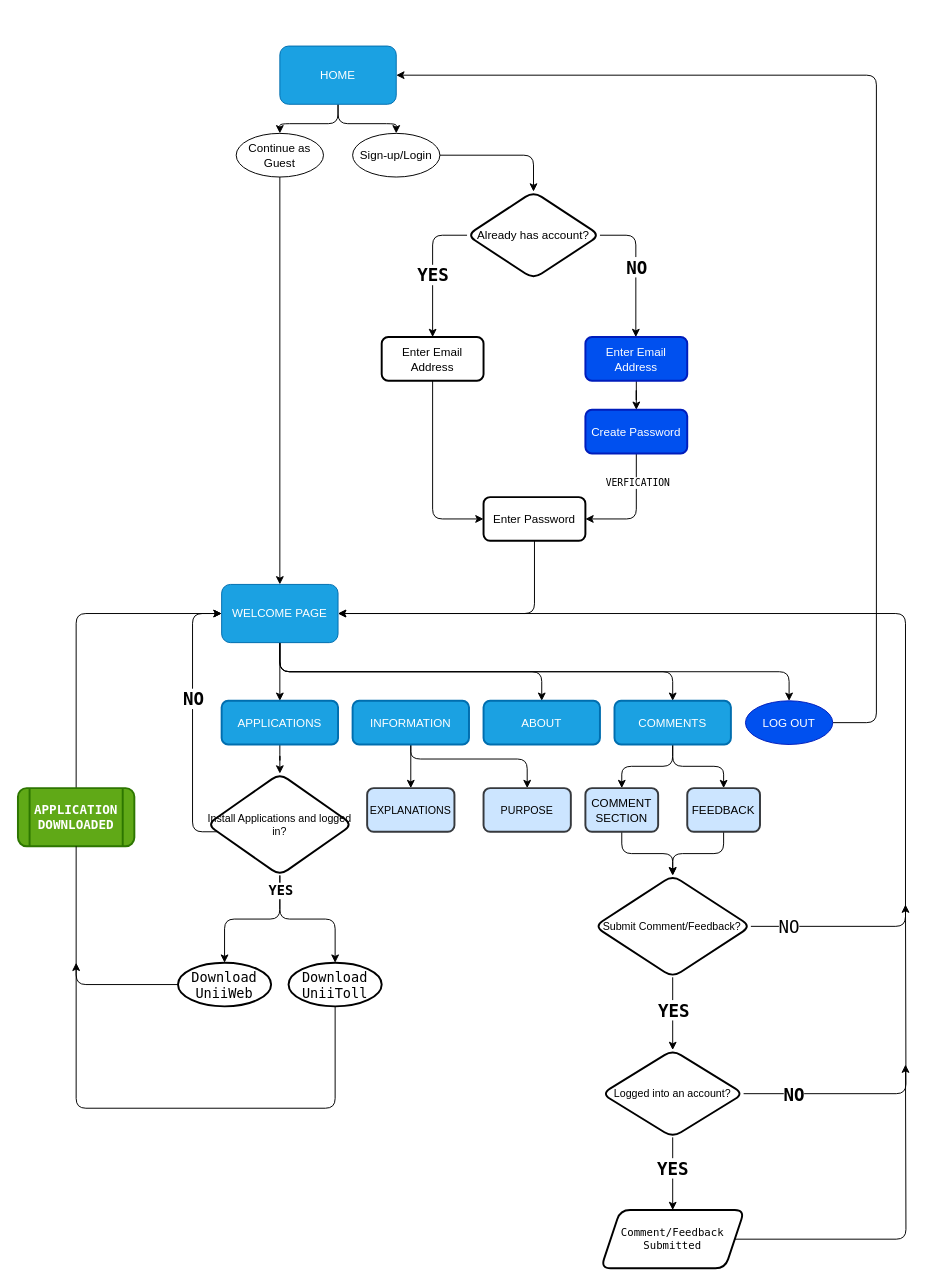
The draw.io diagram Website.drawio in BorderlineUser/Pusblished-Projects, before the edit. Source tidied: cells renumbered, new cells numbered last; positions are measured from the earlier drawing's top-left corner, leaving out a move shared by most shapes. Both pictures are drawn from the tidied source at 97%, with x=0, y=0 at pixel (17, 46).
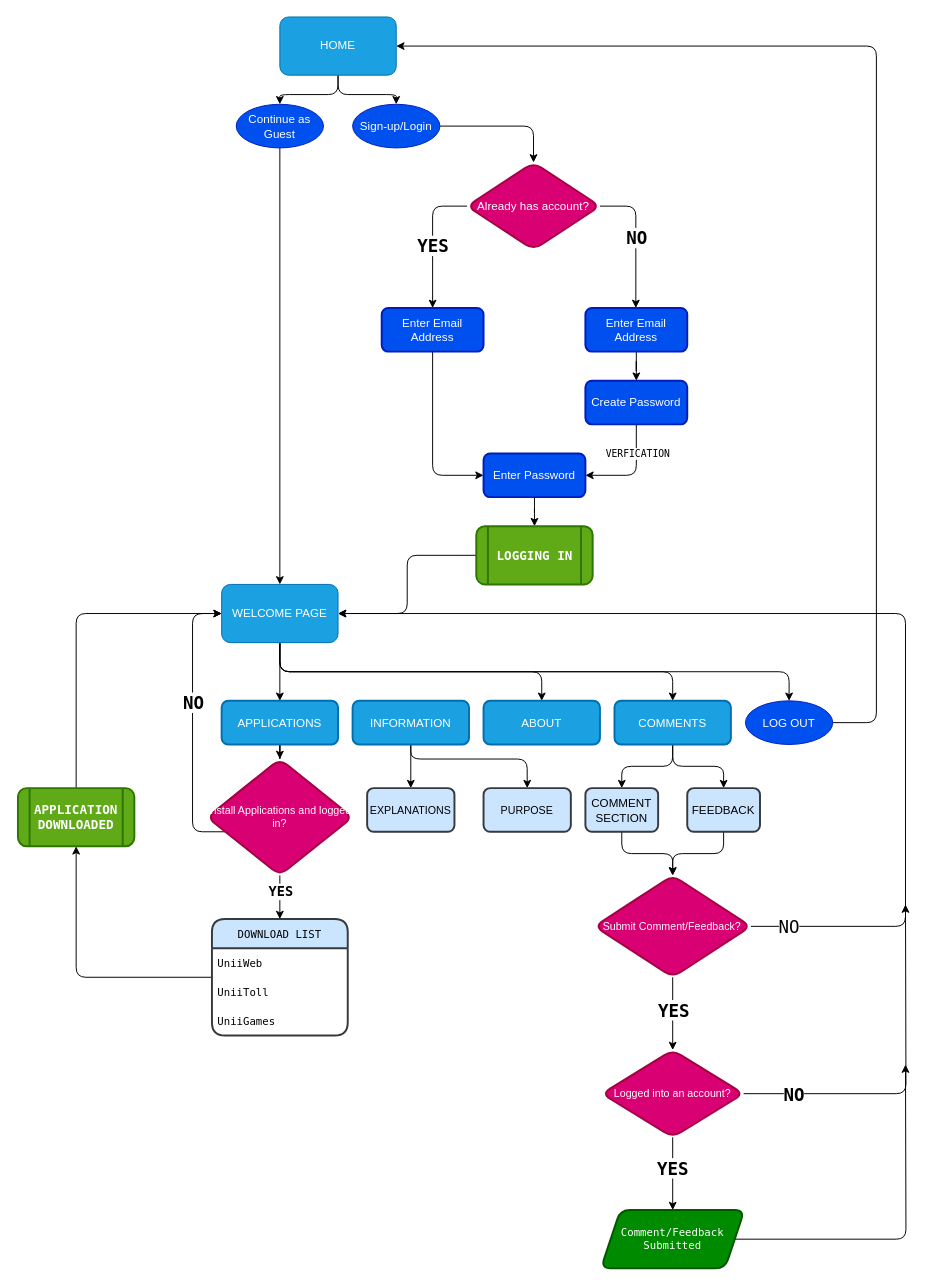
The same diagram, later.

The change refers to these unchanged cells:
```xml
<mxCell id="16" style="edgeStyle=orthogonalEdgeStyle;jettySize=auto;html=1;entryX=1;entryY=0.5;entryDx=0;entryDy=0;fontFamily=Lucida Console;fontSize=18;rounded=1;" parent="1" edge="1" source="18" target="22">
  <mxGeometry relative="1" as="geometry" />
</mxCell>
<mxCell id="28" value="WELCOME PAGE" style="rounded=1;whiteSpace=wrap;html=1;fillColor=#1ba1e2;strokeColor=#006EAF;fontColor=#ffffff;" parent="1" vertex="1">
  <mxGeometry x="210" y="555" width="120" height="60" as="geometry" />
</mxCell>
<mxCell id="49" value="LOG OUT" style="ellipse;whiteSpace=wrap;html=1;rounded=1;shadow=0;glass=0;sketch=0;strokeWidth=1;fillColor=#0050ef;fontColor=#ffffff;strokeColor=#001DBC;" parent="1" vertex="1">
  <mxGeometry x="750" y="675" width="90" height="45" as="geometry" />
</mxCell>
<mxCell id="66" value="APPLICATION DOWNLOADED" style="shape=process;whiteSpace=wrap;html=1;backgroundOutline=1;rounded=1;shadow=0;glass=0;sketch=0;fontFamily=Lucida Console;fontSize=13;strokeColor=#2D7600;strokeWidth=2;fontStyle=1;fillColor=#60a917;fontColor=#ffffff;" parent="1" vertex="1">
  <mxGeometry y="765" width="120" height="60" as="geometry" />
</mxCell>
```

Diff of the diagram source:
```diff
@@
     <mxCell id="4" value="HOME" style="rounded=1;whiteSpace=wrap;html=1;fillColor=#1ba1e2;strokeColor=#006EAF;fontColor=#ffffff;" parent="1" vertex="1">
-      <mxGeometry x="270" width="120" height="60" as="geometry" />
+      <mxGeometry x="270" y="-30" width="120" height="60" as="geometry" />
     </mxCell>
@@
-    <mxCell id="6" value="Sign-up/Login" style="ellipse;whiteSpace=wrap;html=1;rounded=1;shadow=0;glass=0;sketch=0;strokeWidth=1;" parent="1" vertex="1">
-      <mxGeometry x="345" y="90" width="90" height="45" as="geometry" />
+    <mxCell id="6" value="Sign-up/Login" style="ellipse;whiteSpace=wrap;html=1;rounded=1;shadow=0;glass=0;sketch=0;strokeWidth=1;fillColor=#0050ef;fontColor=#ffffff;strokeColor=#001DBC;" parent="1" vertex="1">
+      <mxGeometry x="345" y="60" width="90" height="45" as="geometry" />
     </mxCell>
@@
-    <mxCell id="8" value="Continue as Guest" style="ellipse;whiteSpace=wrap;html=1;rounded=1;shadow=0;glass=0;sketch=0;strokeWidth=1;" parent="1" vertex="1">
-      <mxGeometry x="225" y="90" width="90" height="45" as="geometry" />
+    <mxCell id="8" value="Continue as Guest" style="ellipse;whiteSpace=wrap;html=1;rounded=1;shadow=0;glass=0;sketch=0;strokeWidth=1;fillColor=#0050ef;fontColor=#ffffff;strokeColor=#001DBC;" parent="1" vertex="1">
+      <mxGeometry x="225" y="60" width="90" height="45" as="geometry" />
     </mxCell>
     <mxCell id="9" style="edgeStyle=orthogonalEdgeStyle;jettySize=auto;html=1;rounded=1;" parent="1" edge="1" source="13" target="15">
       <mxGeometry relative="1" as="geometry">
         <Array as="points">
-          <mxPoint x="637" y="195" />
+          <mxPoint x="637" y="165" />
         </Array>
       </mxGeometry>
     </mxCell>
@@
-    <mxCell id="13" value="Already has account?" style="rhombus;whiteSpace=wrap;html=1;rounded=1;shadow=0;glass=0;sketch=0;strokeColor=#000000;strokeWidth=2;gradientColor=none;" parent="1" vertex="1">
-      <mxGeometry x="463" y="150" width="137" height="90" as="geometry" />
+    <mxCell id="13" value="Already has account?" style="rhombus;whiteSpace=wrap;html=1;rounded=1;shadow=0;glass=0;sketch=0;strokeColor=#A50040;strokeWidth=2;fillColor=#d80073;fontColor=#ffffff;" parent="1" vertex="1">
+      <mxGeometry x="463" y="120" width="137" height="90" as="geometry" />
     </mxCell>
@@
     <mxCell id="15" value="Enter Email Address" style="rounded=1;whiteSpace=wrap;html=1;shadow=0;glass=0;sketch=0;strokeColor=#001DBC;strokeWidth=2;fillColor=#0050ef;fontColor=#ffffff;" parent="1" vertex="1">
-      <mxGeometry x="585" y="300" width="105" height="45" as="geometry" />
+      <mxGeometry x="585" y="270" width="105" height="45" as="geometry" />
     </mxCell>
@@
     <mxCell id="17" value="&lt;font style=&quot;font-size: 10px;&quot;&gt;VERFICATION&lt;/font&gt;" style="edgeLabel;html=1;align=center;verticalAlign=middle;fontSize=10;fontFamily=Lucida Console;" parent="16" vertex="1">
       <mxGeometry x="0.17" y="1" relative="1" as="geometry">
-        <mxPoint x="3" y="-39" as="offset" />
+        <mxPoint x="9" y="-24" as="offset" />
       </mxGeometry>
     </mxCell>
     <mxCell id="18" value="Create Password" style="rounded=1;whiteSpace=wrap;html=1;shadow=0;glass=0;sketch=0;strokeColor=#001DBC;strokeWidth=2;fillColor=#0050ef;fontColor=#ffffff;" parent="1" vertex="1">
-      <mxGeometry x="585" y="375" width="105" height="45" as="geometry" />
+      <mxGeometry x="585" y="345" width="105" height="45" as="geometry" />
     </mxCell>
@@
-    <mxCell id="20" value="&lt;div&gt;Enter Email Address&lt;/div&gt;" style="rounded=1;whiteSpace=wrap;html=1;shadow=0;glass=0;sketch=0;strokeColor=#000000;strokeWidth=2;gradientColor=none;" parent="1" vertex="1">
-      <mxGeometry x="375" y="300" width="105" height="45" as="geometry" />
+    <mxCell id="20" value="&lt;div&gt;Enter Email Address&lt;/div&gt;" style="rounded=1;whiteSpace=wrap;html=1;shadow=0;glass=0;sketch=0;strokeColor=#001DBC;strokeWidth=2;fillColor=#0050ef;fontColor=#ffffff;" parent="1" vertex="1">
+      <mxGeometry x="375" y="270" width="105" height="45" as="geometry" />
     </mxCell>
-    <mxCell id="21" style="edgeStyle=orthogonalEdgeStyle;jettySize=auto;html=1;entryX=1;entryY=0.5;entryDx=0;entryDy=0;fontFamily=Lucida Console;fontSize=10;rounded=1;" parent="1" edge="1" source="22" target="28">
-      <mxGeometry relative="1" as="geometry">
-        <Array as="points">
-          <mxPoint x="533" y="585" />
-        </Array>
-      </mxGeometry>
+    <mxCell id="21" style="edgeStyle=orthogonalEdgeStyle;jettySize=auto;html=1;entryX=1;entryY=0.5;entryDx=0;entryDy=0;fontFamily=Lucida Console;fontSize=10;rounded=1;startArrow=none;" parent="1" edge="1" source="76" target="28">
+      <mxGeometry relative="1" as="geometry" />
     </mxCell>
+    <mxCell id="70" style="edgeStyle=orthogonalEdgeStyle;rounded=1;jettySize=auto;html=1;fontFamily=Lucida Console;fontSize=11;" parent="1" edge="1" source="22" target="76">
+      <mxGeometry relative="1" as="geometry" />
+    </mxCell>
-    <mxCell id="22" value="Enter Password" style="rounded=1;whiteSpace=wrap;html=1;shadow=0;glass=0;sketch=0;strokeColor=#000000;strokeWidth=2;gradientColor=none;" parent="1" vertex="1">
-      <mxGeometry x="480" y="465" width="105" height="45" as="geometry" />
+    <mxCell id="22" value="Enter Password" style="rounded=1;whiteSpace=wrap;html=1;shadow=0;glass=0;sketch=0;strokeColor=#001DBC;strokeWidth=2;fillColor=#0050ef;fontColor=#ffffff;" parent="1" vertex="1">
+      <mxGeometry x="480" y="420" width="105" height="45" as="geometry" />
     </mxCell>
@@
-    <mxCell id="40" style="edgeStyle=orthogonalEdgeStyle;rounded=1;jettySize=auto;html=1;fontFamily=Lucida Console;fontSize=14;" parent="1" edge="1" source="43" target="45">
-      <mxGeometry relative="1" as="geometry" />
-    </mxCell>
-    <mxCell id="41" style="edgeStyle=orthogonalEdgeStyle;jettySize=auto;html=1;fontFamily=Lucida Console;fontSize=14;rounded=1;" parent="1" edge="1" source="43" target="47">
+    <mxCell id="41" style="edgeStyle=orthogonalEdgeStyle;jettySize=auto;html=1;fontFamily=Lucida Console;fontSize=14;rounded=1;" parent="1" edge="1" source="43" target="72">
       <mxGeometry relative="1" as="geometry" />
     </mxCell>
     <mxCell id="42" value="YES" style="edgeLabel;html=1;align=center;verticalAlign=middle;fontSize=14;fontFamily=Lucida Console;fontStyle=1;" parent="41" vertex="1">
       <mxGeometry x="-0.53" relative="1" as="geometry">
-        <mxPoint y="-20" as="offset" />
+        <mxPoint y="5" as="offset" />
       </mxGeometry>
     </mxCell>
-    <mxCell id="43" value="Install Applications and logged in?" style="rhombus;whiteSpace=wrap;html=1;rounded=1;shadow=0;glass=0;sketch=0;strokeColor=#000000;strokeWidth=2;gradientColor=none;fontSize=11;" parent="1" vertex="1">
-      <mxGeometry x="195" y="750" width="150" height="105" as="geometry" />
+    <mxCell id="43" value="Install Applications and logged in?" style="rhombus;whiteSpace=wrap;html=1;rounded=1;shadow=0;glass=0;sketch=0;strokeColor=#A50040;strokeWidth=2;fontSize=11;fillColor=#d80073;fontColor=#ffffff;" parent="1" vertex="1">
+      <mxGeometry x="195" y="735" width="150" height="120" as="geometry" />
     </mxCell>
@@
-    <mxCell id="45" value="Download UniiWeb" style="ellipse;whiteSpace=wrap;html=1;rounded=1;shadow=0;glass=0;sketch=0;fontFamily=Lucida Console;fontSize=14;strokeColor=#000000;strokeWidth=2;gradientColor=none;" parent="1" vertex="1">
-      <mxGeometry x="165" y="945" width="96" height="45" as="geometry" />
-    </mxCell>
-    <mxCell id="46" style="edgeStyle=orthogonalEdgeStyle;jettySize=auto;html=1;fontFamily=Lucida Console;fontSize=14;rounded=1;" parent="1" edge="1" source="47">
-      <mxGeometry relative="1" as="geometry">
-        <mxPoint x="60" y="945" as="targetPoint" />
-        <Array as="points">
-          <mxPoint x="327" y="1095" />
-          <mxPoint x="60" y="1095" />
-        </Array>
-      </mxGeometry>
-    </mxCell>
-    <mxCell id="47" value="Download UniiToll" style="ellipse;whiteSpace=wrap;html=1;rounded=1;shadow=0;glass=0;sketch=0;fontFamily=Lucida Console;fontSize=14;strokeColor=#000000;strokeWidth=2;gradientColor=none;" parent="1" vertex="1">
-      <mxGeometry x="279" y="945" width="96" height="45" as="geometry" />
-    </mxCell>
     <mxCell id="48" style="edgeStyle=orthogonalEdgeStyle;jettySize=auto;html=1;fontFamily=Lucida Console;fontSize=11;entryX=1;entryY=0.5;entryDx=0;entryDy=0;rounded=1;" parent="1" edge="1" source="49" target="4">
       <mxGeometry relative="1" as="geometry">
         <Array as="points">
-          <mxPoint x="885" y="698" />
-          <mxPoint x="885" y="30" />
+          <mxPoint x="885" y="697" />
+          <mxPoint x="885" />
         </Array>
       </mxGeometry>
     </mxCell>
@@
-    <mxCell id="58" value="Submit Comment/Feedback?" style="rhombus;whiteSpace=wrap;html=1;rounded=1;shadow=0;glass=0;sketch=0;strokeColor=#000000;strokeWidth=2;gradientColor=none;fontSize=11;" parent="1" vertex="1">
+    <mxCell id="58" value="Submit Comment/Feedback?" style="rhombus;whiteSpace=wrap;html=1;rounded=1;shadow=0;glass=0;sketch=0;strokeColor=#A50040;strokeWidth=2;fontSize=11;fillColor=#d80073;fontColor=#ffffff;" parent="1" vertex="1">
       <mxGeometry x="594.4" y="855" width="161.2" height="105" as="geometry" />
     </mxCell>
@@
-    <mxCell id="63" value="Logged into an account?" style="rhombus;whiteSpace=wrap;html=1;rounded=1;shadow=0;glass=0;sketch=0;strokeColor=#000000;strokeWidth=2;gradientColor=none;fontSize=11;" parent="1" vertex="1">
+    <mxCell id="63" value="Logged into an account?" style="rhombus;whiteSpace=wrap;html=1;rounded=1;shadow=0;glass=0;sketch=0;strokeColor=#A50040;strokeWidth=2;fontSize=11;fillColor=#d80073;fontColor=#ffffff;" parent="1" vertex="1">
       <mxGeometry x="601.9" y="1035" width="146.2" height="90" as="geometry" />
     </mxCell>
@@
-    <mxCell id="65" value="Comment/Feedback Submitted" style="shape=parallelogram;perimeter=parallelogramPerimeter;whiteSpace=wrap;html=1;fixedSize=1;rounded=1;shadow=0;glass=0;sketch=0;fontFamily=Lucida Console;fontSize=11;strokeColor=#000000;strokeWidth=2;gradientColor=none;" parent="1" vertex="1">
+    <mxCell id="65" value="Comment/Feedback Submitted" style="shape=parallelogram;perimeter=parallelogramPerimeter;whiteSpace=wrap;html=1;fixedSize=1;rounded=1;shadow=0;glass=0;sketch=0;fontFamily=Lucida Console;fontSize=11;strokeColor=#005700;strokeWidth=2;fillColor=#008a00;fontColor=#ffffff;" parent="1" vertex="1">
       <mxGeometry x="601" y="1200" width="148" height="60" as="geometry" />
     </mxCell>
@@
-    <mxCell id="67" style="edgeStyle=orthogonalEdgeStyle;jettySize=auto;html=1;fontFamily=Lucida Console;fontSize=14;entryX=0.5;entryY=1;entryDx=0;entryDy=0;rounded=1;endArrow=none;" parent="1" edge="1" source="45" target="66">
-      <mxGeometry relative="1" as="geometry">
-        <Array as="points">
-          <mxPoint x="60" y="968" />
-        </Array>
-      </mxGeometry>
-    </mxCell>
@@
+    <mxCell id="71" style="edgeStyle=orthogonalEdgeStyle;rounded=1;jettySize=auto;html=1;entryX=0.5;entryY=1;entryDx=0;entryDy=0;fontFamily=Lucida Console;fontSize=11;" parent="1" edge="1" source="72" target="66">
+      <mxGeometry relative="1" as="geometry" />
+    </mxCell>
+    <mxCell id="72" value="DOWNLOAD LIST" style="swimlane;fontStyle=0;horizontal=1;startSize=30;rounded=1;shadow=0;glass=0;sketch=0;fontFamily=Lucida Console;fontSize=11;strokeColor=#36393d;strokeWidth=2;fillColor=#cce5ff;" parent="1" vertex="1">
+      <mxGeometry x="200" y="900" width="140" height="120" as="geometry" />
+    </mxCell>
+    <mxCell id="73" value="UniiWeb" style="text;strokeColor=none;fillColor=none;align=left;verticalAlign=middle;spacingLeft=4;spacingRight=4;overflow=hidden;rounded=1;shadow=0;glass=0;sketch=0;fontFamily=Lucida Console;fontSize=11;" parent="72" vertex="1">
+      <mxGeometry y="30" width="140" height="30" as="geometry" />
+    </mxCell>
+    <mxCell id="74" value="UniiToll" style="text;strokeColor=none;fillColor=none;align=left;verticalAlign=middle;spacingLeft=4;spacingRight=4;overflow=hidden;rounded=1;shadow=0;glass=0;sketch=0;fontFamily=Lucida Console;fontSize=11;" parent="72" vertex="1">
+      <mxGeometry y="60" width="140" height="30" as="geometry" />
+    </mxCell>
+    <mxCell id="75" value="UniiGames" style="text;strokeColor=none;fillColor=none;align=left;verticalAlign=middle;spacingLeft=4;spacingRight=4;overflow=hidden;rounded=1;shadow=0;glass=0;sketch=0;fontFamily=Lucida Console;fontSize=11;" parent="72" vertex="1">
+      <mxGeometry y="90" width="140" height="30" as="geometry" />
+    </mxCell>
+    <mxCell id="76" value="&lt;font style=&quot;font-size: 13px;&quot;&gt;&lt;b style=&quot;font-size: 13px;&quot;&gt;LOGGING IN&lt;br style=&quot;font-size: 13px;&quot;&gt;&lt;/b&gt;&lt;/font&gt;" style="shape=process;whiteSpace=wrap;html=1;backgroundOutline=1;rounded=1;shadow=0;glass=0;sketch=0;fontFamily=Lucida Console;fontSize=13;strokeColor=#2D7600;strokeWidth=2;fillColor=#60a917;fontColor=#ffffff;" parent="1" vertex="1">
+      <mxGeometry x="472.5" y="495" width="120" height="60" as="geometry" />
+    </mxCell>
```
